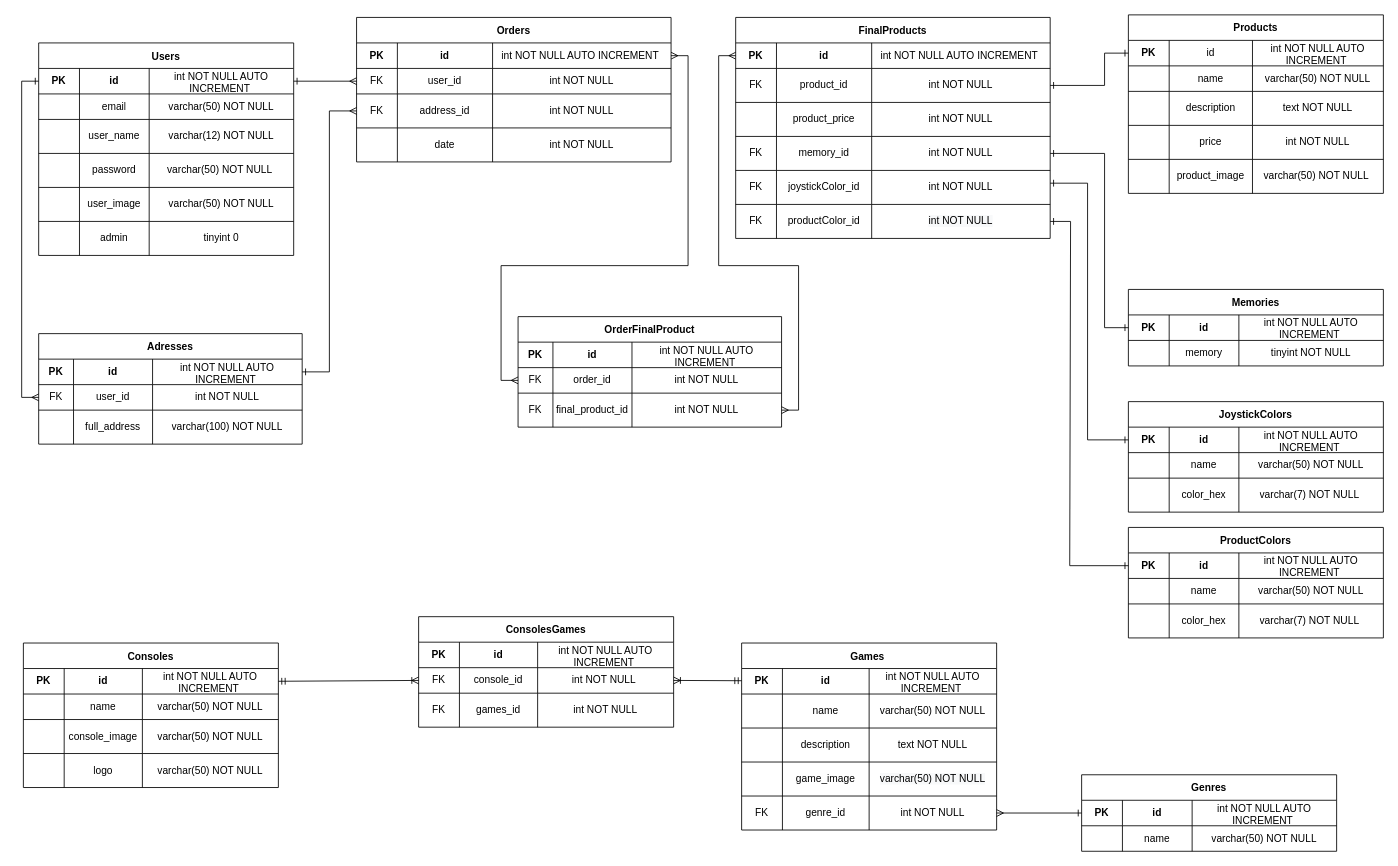
Earlier version of the draw.io diagram .Diagramas/DiagramaDB.drawio (0921CDFSNCN22LAED/grupo-09). Source tidied: cells renumbered, new cells numbered last; positions are measured from the earlier drawing's top-left corner, leaving out a move shared by most shapes. Both pictures are drawn from the tidied source at 85%, with x=0, y=0 at pixel (23, 14).
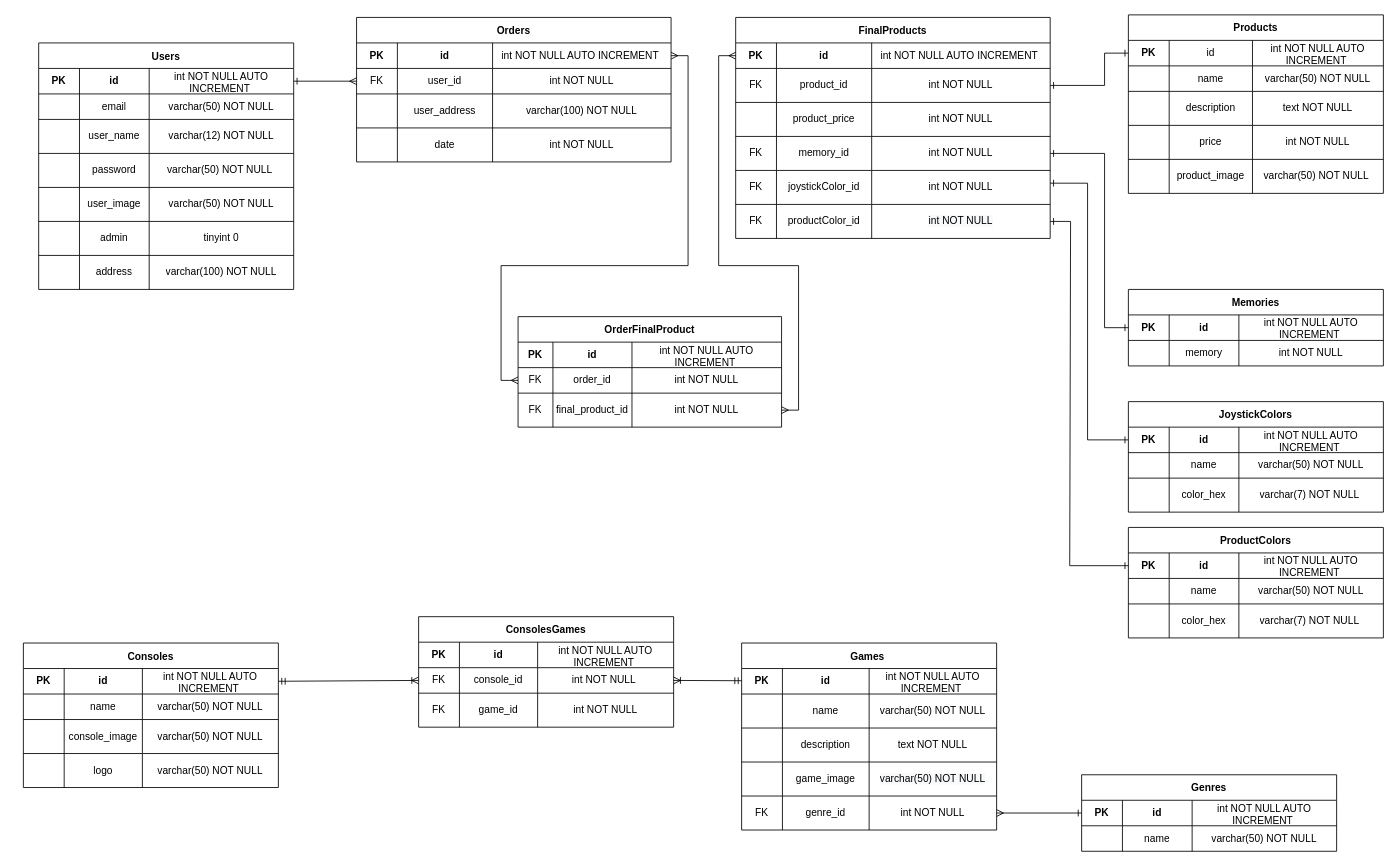
The same diagram, later.

Commit message (it also covers changes not shown here):
Diagrama DB actualizado

The change refers to these unchanged cells:
```xml
<mxCell id="3" style="shape=tableRow;horizontal=0;startSize=0;swimlaneHead=0;swimlaneBody=0;top=0;left=0;bottom=0;right=0;fillColor=none;points=[[0,0.5],[1,0.5]];portConstraint=eastwest;" parent="2" vertex="1">
  <mxGeometry y="30" width="300" height="30" as="geometry" />
</mxCell>
<mxCell id="53" style="shape=tableRow;horizontal=0;startSize=0;swimlaneHead=0;swimlaneBody=0;top=0;left=0;bottom=0;right=0;fillColor=none;" parent="48" vertex="1">
  <mxGeometry y="60" width="300" height="30" as="geometry" />
</mxCell>
<mxCell id="104" style="shape=tableRow;horizontal=0;startSize=0;swimlaneHead=0;swimlaneBody=0;top=0;left=0;bottom=0;right=0;fillColor=none;" parent="95" vertex="1">
  <mxGeometry y="90" width="300" height="40" as="geometry" />
</mxCell>
<mxCell id="184" style="shape=tableRow;horizontal=0;startSize=0;swimlaneHead=0;swimlaneBody=0;top=0;left=0;bottom=0;right=0;fillColor=none;points=[[0,0.5],[1,0.5]];portConstraint=eastwest;" parent="175" vertex="1">
  <mxGeometry y="90" width="370" height="40" as="geometry" />
</mxCell>
```

What changed in the source:
```diff
@@
     <mxCell id="2" value="Users" style="shape=table;startSize=30;childLayout=tableLayout;fontStyle=1;align=center;" parent="1" vertex="1">
-      <mxGeometry x="18" y="33" width="300" height="250" as="geometry" />
+      <mxGeometry x="18" y="33" width="300" height="290" as="geometry" />
     </mxCell>
@@
+    <mxCell id="224" style="shape=tableRow;horizontal=0;startSize=0;swimlaneHead=0;swimlaneBody=0;top=0;left=0;bottom=0;right=0;fillColor=none;" parent="2" vertex="1">
+      <mxGeometry y="250" width="300" height="40" as="geometry" />
+    </mxCell>
+    <mxCell id="225" style="shape=partialRectangle;html=1;whiteSpace=wrap;fillColor=none;top=0;left=0;bottom=0;right=0;overflow=hidden;" parent="224" vertex="1">
+      <mxGeometry width="48" height="40" as="geometry" />
+    </mxCell>
+    <mxCell id="226" value="address" style="shape=partialRectangle;html=1;whiteSpace=wrap;fillColor=none;top=0;left=0;bottom=0;right=0;overflow=hidden;" parent="224" vertex="1">
+      <mxGeometry x="48" width="82" height="40" as="geometry" />
+    </mxCell>
+    <mxCell id="219" value="&lt;span style=&quot;font-family: &amp;#34;helvetica&amp;#34;&quot;&gt;varchar(100) NOT NULL&lt;/span&gt;" style="shape=partialRectangle;html=1;whiteSpace=wrap;fillColor=none;top=0;left=0;bottom=0;right=0;overflow=hidden;" parent="224" vertex="1">
+      <mxGeometry x="130" width="170" height="40" as="geometry" />
+    </mxCell>
@@
-    <mxCell id="56" value="tinyint NOT NULL" style="shape=partialRectangle;html=1;whiteSpace=wrap;fillColor=none;top=0;left=0;bottom=0;right=0;overflow=hidden;" parent="53" vertex="1">
+    <mxCell id="56" value="int NOT NULL" style="shape=partialRectangle;html=1;whiteSpace=wrap;fillColor=none;top=0;left=0;bottom=0;right=0;overflow=hidden;" parent="53" vertex="1">
       <mxGeometry x="130" width="170" height="30" as="geometry" />
     </mxCell>
@@
-    <mxCell id="106" value="games_id" style="shape=partialRectangle;html=1;whiteSpace=wrap;fillColor=none;top=0;left=0;bottom=0;right=0;overflow=hidden;" parent="104" vertex="1">
+    <mxCell id="106" value="game_id" style="shape=partialRectangle;html=1;whiteSpace=wrap;fillColor=none;top=0;left=0;bottom=0;right=0;overflow=hidden;" parent="104" vertex="1">
       <mxGeometry x="48" width="92" height="40" as="geometry" />
     </mxCell>
@@
-    <mxCell id="185" value="FK" style="shape=partialRectangle;html=1;whiteSpace=wrap;fillColor=none;top=0;left=0;bottom=0;right=0;overflow=hidden;" parent="184" vertex="1">
+    <mxCell id="185" style="shape=partialRectangle;html=1;whiteSpace=wrap;fillColor=none;top=0;left=0;bottom=0;right=0;overflow=hidden;" parent="184" vertex="1">
       <mxGeometry width="48" height="40" as="geometry" />
     </mxCell>
-    <mxCell id="186" value="address_id" style="shape=partialRectangle;html=1;whiteSpace=wrap;fillColor=none;top=0;left=0;bottom=0;right=0;overflow=hidden;" parent="184" vertex="1">
+    <mxCell id="186" value="user_address" style="shape=partialRectangle;html=1;whiteSpace=wrap;fillColor=none;top=0;left=0;bottom=0;right=0;overflow=hidden;" parent="184" vertex="1">
       <mxGeometry x="48" width="112" height="40" as="geometry" />
     </mxCell>
-    <mxCell id="187" value="&lt;span style=&quot;font-family: &amp;#34;helvetica&amp;#34;&quot;&gt;int NOT NULL&lt;/span&gt;" style="shape=partialRectangle;html=1;whiteSpace=wrap;fillColor=none;top=0;left=0;bottom=0;right=0;overflow=hidden;" parent="184" vertex="1">
+    <mxCell id="187" value="&lt;span style=&quot;font-family: &amp;#34;helvetica&amp;#34;&quot;&gt;varchar(100) NOT NULL&lt;/span&gt;" style="shape=partialRectangle;html=1;whiteSpace=wrap;fillColor=none;top=0;left=0;bottom=0;right=0;overflow=hidden;" parent="184" vertex="1">
       <mxGeometry x="160" width="210" height="40" as="geometry" />
     </mxCell>
@@
-    <mxCell id="207" value="Adresses" style="shape=table;startSize=30;childLayout=tableLayout;fontStyle=1;align=center;" parent="1" vertex="1">
-      <mxGeometry x="18" y="375" width="310" height="130" as="geometry" />
-    </mxCell>
-    <mxCell id="208" style="shape=tableRow;horizontal=0;startSize=0;swimlaneHead=0;swimlaneBody=0;top=0;left=0;bottom=0;right=0;fillColor=none;points=[[0,0.5],[1,0.5]];portConstraint=eastwest;" parent="207" vertex="1">
-      <mxGeometry y="30" width="310" height="30" as="geometry" />
-    </mxCell>
-    <mxCell id="209" value="&lt;b&gt;PK&lt;/b&gt;" style="shape=partialRectangle;html=1;whiteSpace=wrap;fillColor=none;top=0;left=0;bottom=0;right=0;overflow=hidden;" parent="208" vertex="1">
-      <mxGeometry width="41" height="30" as="geometry" />
-    </mxCell>
-    <mxCell id="210" value="&lt;b&gt;id&lt;/b&gt;" style="shape=partialRectangle;html=1;whiteSpace=wrap;fillColor=none;top=0;left=0;bottom=0;right=0;overflow=hidden;" parent="208" vertex="1">
-      <mxGeometry x="41" width="93" height="30" as="geometry" />
-    </mxCell>
-    <mxCell id="211" value="int NOT NULL AUTO INCREMENT&amp;nbsp;" style="shape=partialRectangle;html=1;whiteSpace=wrap;fillColor=none;top=0;left=0;bottom=0;right=0;overflow=hidden;" parent="208" vertex="1">
-      <mxGeometry x="134" width="176" height="30" as="geometry" />
-    </mxCell>
-    <mxCell id="212" style="shape=tableRow;horizontal=0;startSize=0;swimlaneHead=0;swimlaneBody=0;top=0;left=0;bottom=0;right=0;fillColor=none;points=[[0,0.5],[1,0.5]];portConstraint=eastwest;" parent="207" vertex="1">
-      <mxGeometry y="60" width="310" height="30" as="geometry" />
-    </mxCell>
-    <mxCell id="213" value="FK" style="shape=partialRectangle;html=1;whiteSpace=wrap;fillColor=none;top=0;left=0;bottom=0;right=0;overflow=hidden;" parent="212" vertex="1">
-      <mxGeometry width="41" height="30" as="geometry" />
-    </mxCell>
-    <mxCell id="214" value="user_id" style="shape=partialRectangle;html=1;whiteSpace=wrap;fillColor=none;top=0;left=0;bottom=0;right=0;overflow=hidden;" parent="212" vertex="1">
-      <mxGeometry x="41" width="93" height="30" as="geometry" />
-    </mxCell>
-    <mxCell id="215" value="int NOT NULL" style="shape=partialRectangle;html=1;whiteSpace=wrap;fillColor=none;top=0;left=0;bottom=0;right=0;overflow=hidden;" parent="212" vertex="1">
-      <mxGeometry x="134" width="176" height="30" as="geometry" />
-    </mxCell>
-    <mxCell id="216" style="shape=tableRow;horizontal=0;startSize=0;swimlaneHead=0;swimlaneBody=0;top=0;left=0;bottom=0;right=0;fillColor=none;" parent="207" vertex="1">
-      <mxGeometry y="90" width="310" height="40" as="geometry" />
-    </mxCell>
-    <mxCell id="217" style="shape=partialRectangle;html=1;whiteSpace=wrap;fillColor=none;top=0;left=0;bottom=0;right=0;overflow=hidden;" parent="216" vertex="1">
-      <mxGeometry width="41" height="40" as="geometry" />
-    </mxCell>
-    <mxCell id="218" value="full_address" style="shape=partialRectangle;html=1;whiteSpace=wrap;fillColor=none;top=0;left=0;bottom=0;right=0;overflow=hidden;" parent="216" vertex="1">
-      <mxGeometry x="41" width="93" height="40" as="geometry" />
-    </mxCell>
-    <mxCell id="219" value="&lt;span style=&quot;font-family: &amp;#34;helvetica&amp;#34;&quot;&gt;varchar(100) NOT NULL&lt;/span&gt;" style="shape=partialRectangle;html=1;whiteSpace=wrap;fillColor=none;top=0;left=0;bottom=0;right=0;overflow=hidden;" parent="216" vertex="1">
-      <mxGeometry x="134" width="176" height="40" as="geometry" />
-    </mxCell>
-    <mxCell id="220" style="edgeStyle=orthogonalEdgeStyle;rounded=0;jettySize=auto;html=1;exitX=0;exitY=0.5;exitDx=0;exitDy=0;entryX=0;entryY=0.5;entryDx=0;entryDy=0;startArrow=ERone;startFill=0;endArrow=ERmany;endFill=0;" parent="1" edge="1" source="3" target="212">
-      <mxGeometry relative="1" as="geometry" />
-    </mxCell>
-    <mxCell id="221" style="edgeStyle=orthogonalEdgeStyle;rounded=0;jettySize=auto;html=1;exitX=1;exitY=0.5;exitDx=0;exitDy=0;entryX=0;entryY=0.5;entryDx=0;entryDy=0;startArrow=ERone;startFill=0;endArrow=ERmany;endFill=0;" parent="1" edge="1" source="208" target="184">
-      <mxGeometry relative="1" as="geometry" />
-    </mxCell>
```
